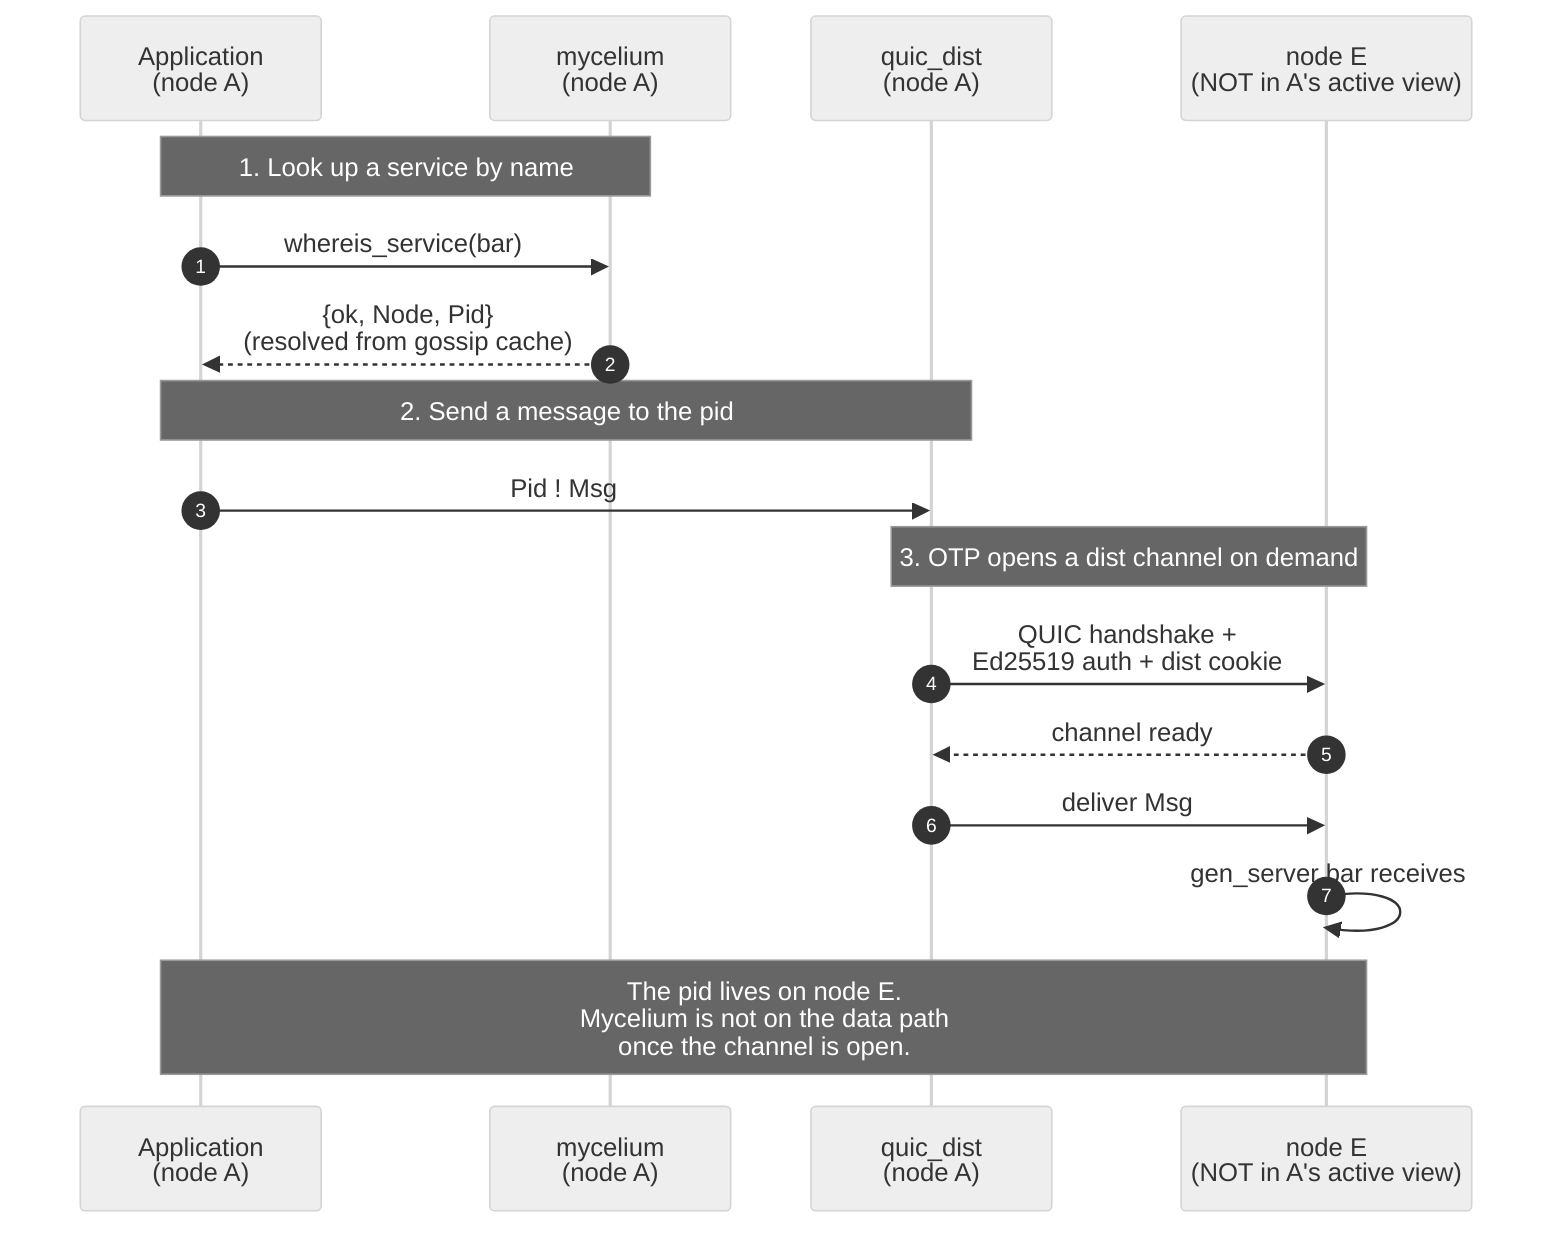
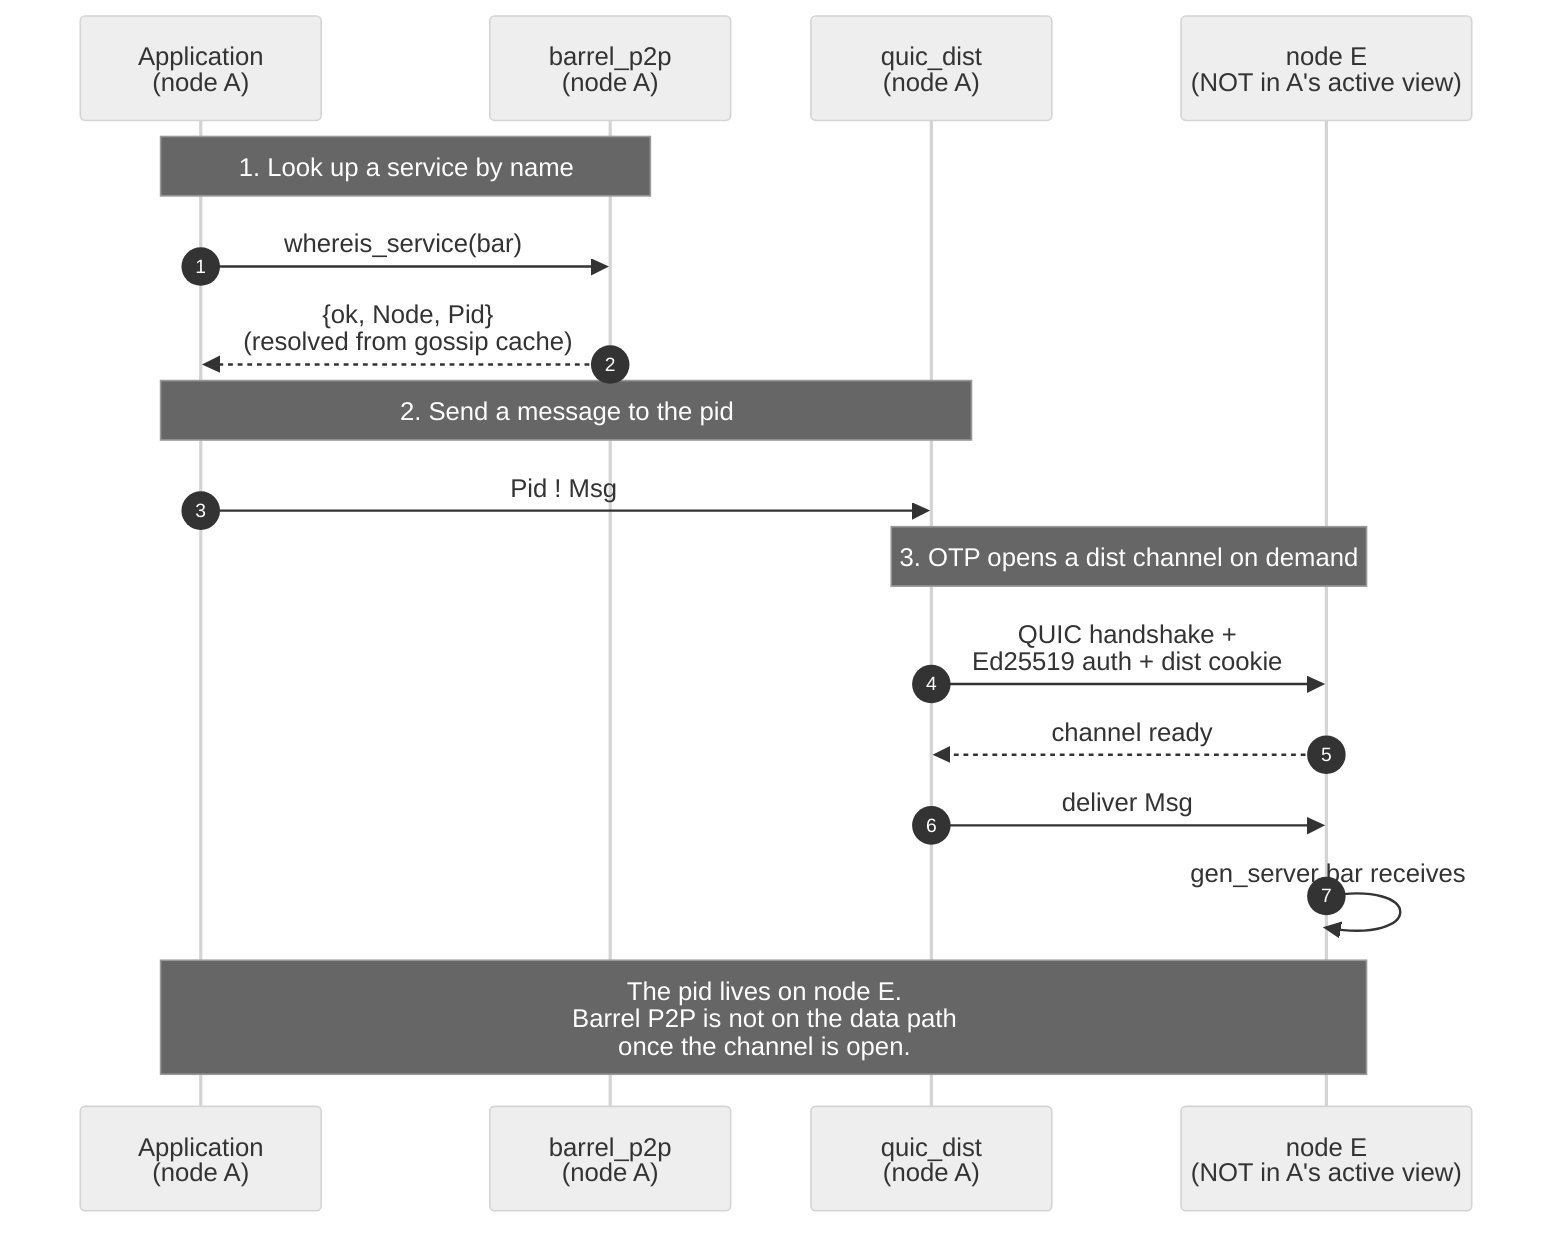
%%{init: {'theme':'neutral'}}%%
sequenceDiagram
    autonumber
    participant APP as Application<br/>(node A)
-     participant MYC as mycelium<br/>(node A)
+     participant MYC as barrel_p2p<br/>(node A)
    participant DIST as quic_dist<br/>(node A)
    participant E as node E<br/>(NOT in A's active view)

    Note over APP,MYC: 1. Look up a service by name
    APP->>MYC: whereis_service(bar)
    MYC-->>APP: {ok, Node, Pid}<br/>(resolved from gossip cache)

    Note over APP,DIST: 2. Send a message to the pid
    APP->>DIST: Pid ! Msg

    Note over DIST,E: 3. OTP opens a dist channel on demand
    DIST->>E: QUIC handshake +<br/>Ed25519 auth + dist cookie
    E-->>DIST: channel ready
    DIST->>E: deliver Msg
    E->>E: gen_server bar receives

-     Note over APP,E: The pid lives on node E.<br/>Mycelium is not on the data path<br/>once the channel is open.
+     Note over APP,E: The pid lives on node E.<br/>Barrel P2P is not on the data path<br/>once the channel is open.
